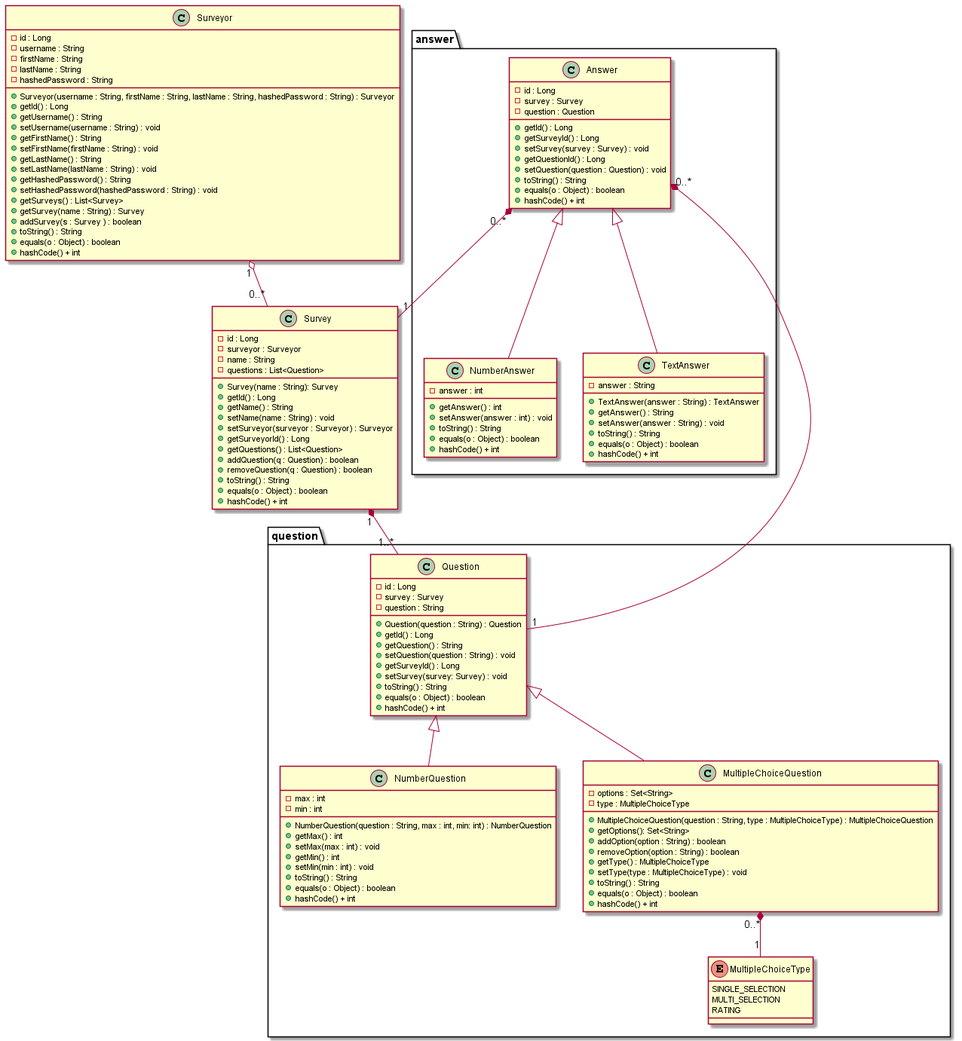
The PlantUML diagram docs/Models.png in Daniel-W-Innes/SYSC4806-Project-Backend, before a commit.
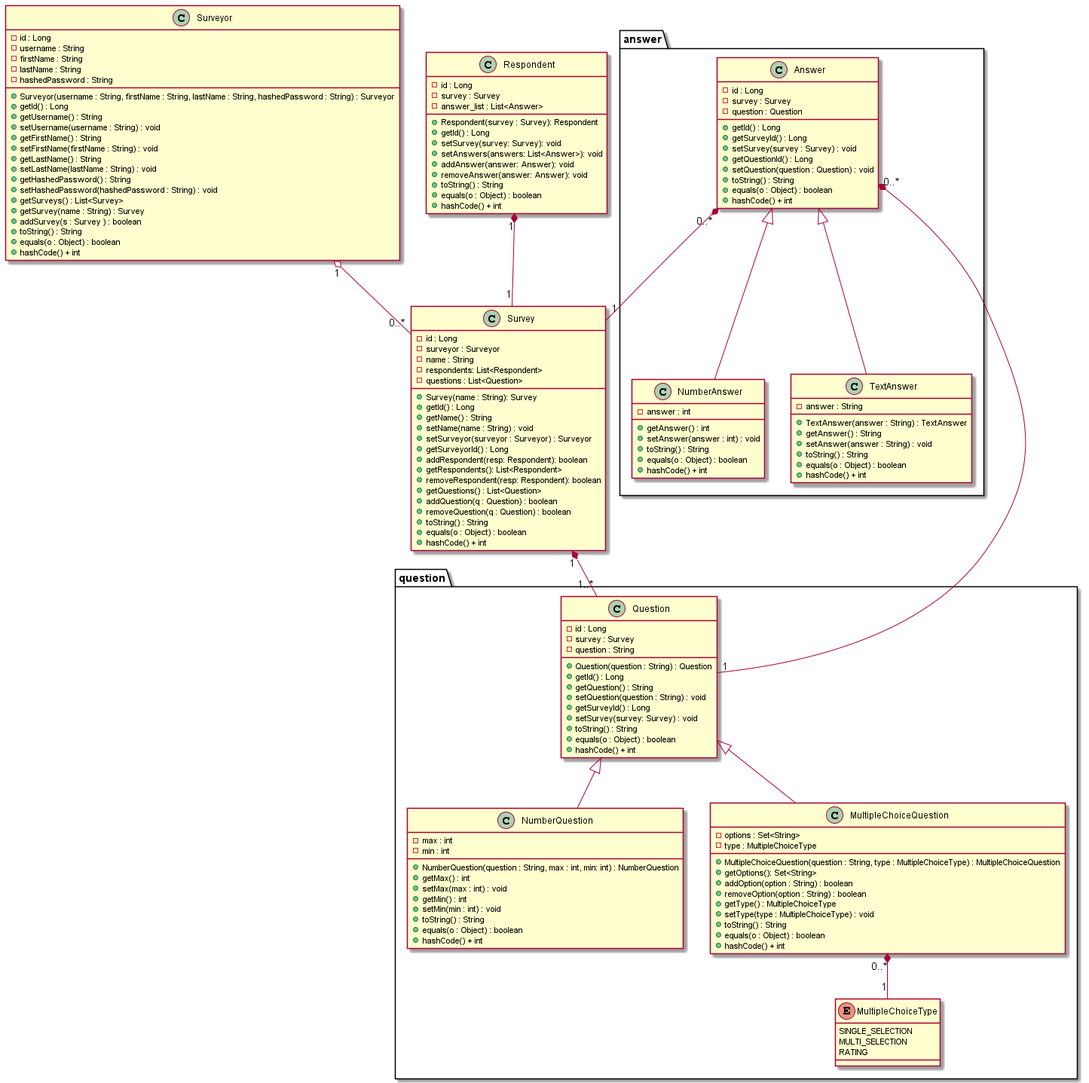
Later version of the same file.

What changed in the source:
```diff
@@ -28,6 +28,7 @@
     - id : Long
     - surveyor : Surveyor
     - name : String
+    - respondents: List<Respondent>
     - questions : List<Question>
     + Survey(name : String): Survey
     + getId() : Long
@@ -35,9 +36,27 @@
     + setName(name : String) : void
     + setSurveyor(surveyor : Surveyor) : Surveyor
     + getSurveyorId() : Long
+    + addRespondent(resp: Respondent): boolean
+    + getRespondents(): List<Respondent>
+    + removeRespondent(resp: Respondent): boolean
     + getQuestions() : List<Question>
     + addQuestion(q : Question) : boolean
     + removeQuestion(q : Question) : boolean
+    + toString() : String
+    + equals(o : Object) : boolean
+    + hashCode() + int
+}
+
+class Respondent{
+    - id : Long
+    - survey : Survey
+    - answer_list : List<Answer>
+    + Respondent(survey : Survey): Respondent
+    + getId() : Long
+    + setSurvey(survey: Survey): void
+    + setAnswers(answers: List<Answer>): void
+    + addAnswer(answer: Answer): void
+    + removeAnswer(answer: Answer): void
     + toString() : String
     + equals(o : Object) : boolean
     + hashCode() + int
@@ -127,6 +146,7 @@
 Answer "0..*" *-- "1" Survey
 Answer "0..*" *-- "1" Question
 MultipleChoiceQuestion "0..*" *-- "1" MultipleChoiceType
+Respondent "1" *-- "1" Survey
 
 
 @enduml
```
